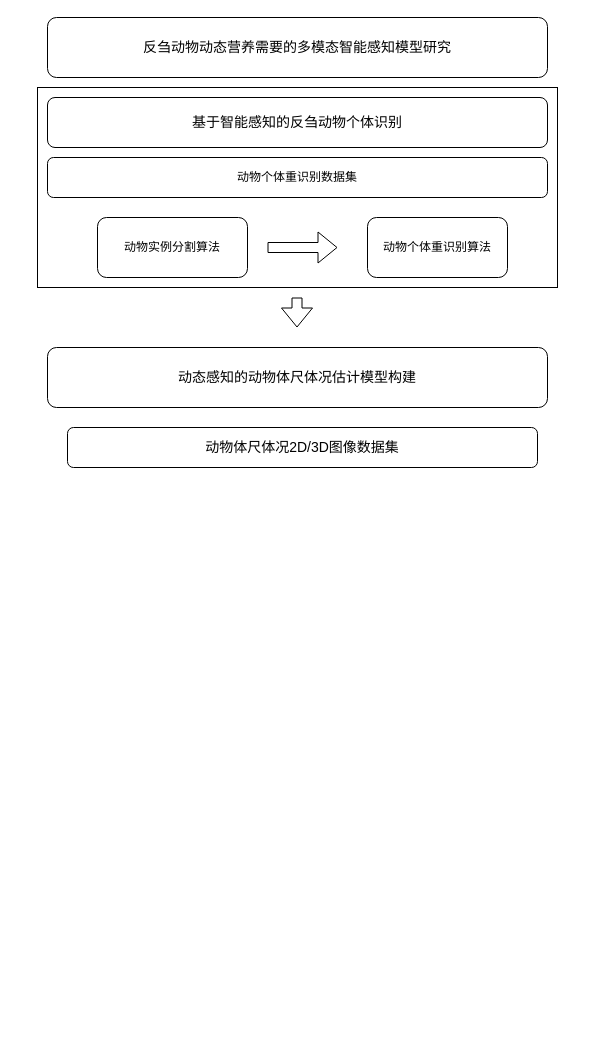
This is 博士研究计划.drawio from yzy1421/Amateur-women-basketball-in-China, a draw.io file, before an edit. Source tidied: cells renumbered, new cells numbered last; positions are measured from the earlier drawing's top-left corner, leaving out a move shared by most shapes. Both pictures are drawn from the tidied source at 100%, with x=0, y=0 at pixel (37, 17).
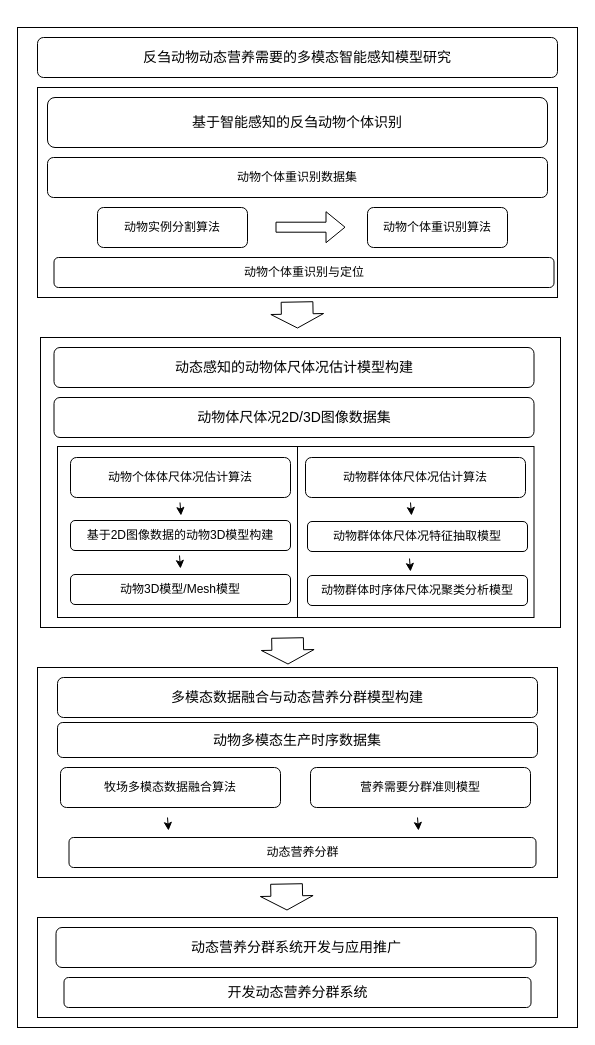
The same diagram, later.

Commit message:
更新博士研究计划.drawio

The edit, as a diff of the source:
```diff
@@
+    <mxCell id="12" style="rounded=0;whiteSpace=wrap;html=1;" parent="1" vertex="1">
+      <mxGeometry x="-20" y="10" width="560" height="1000" as="geometry" />
+    </mxCell>
+    <mxCell id="13" style="rounded=0;whiteSpace=wrap;html=1;" parent="1" vertex="1">
+      <mxGeometry x="3" y="320" width="520" height="290" as="geometry" />
+    </mxCell>
+    <mxCell id="14" style="rounded=0;whiteSpace=wrap;html=1;" parent="1" vertex="1">
+      <mxGeometry x="259.5" y="429" width="237" height="171" as="geometry" />
+    </mxCell>
+    <mxCell id="15" style="rounded=0;whiteSpace=wrap;html=1;" parent="1" vertex="1">
+      <mxGeometry x="20" y="429" width="240" height="171" as="geometry" />
+    </mxCell>
     <mxCell id="2" style="rounded=0;whiteSpace=wrap;html=1;" parent="1" vertex="1">
-      <mxGeometry y="70" width="520" height="200" as="geometry" />
+      <mxGeometry y="70" width="520" height="210" as="geometry" />
     </mxCell>
     <mxCell id="3" value="&lt;p class=&quot;MsoNormal&quot; style=&quot;margin: 0pt; text-align: left; font-family: 宋体; font-size: 11pt;&quot;&gt;&lt;span style=&quot;font-size: 10.5pt;&quot;&gt;反刍动物&lt;/span&gt;&lt;span style=&quot;font-size: 10.5pt;&quot;&gt;动态&lt;/span&gt;&lt;span style=&quot;font-size: 10.5pt;&quot;&gt;营养&lt;/span&gt;&lt;span style=&quot;font-size: 10.5pt;&quot;&gt;需要的&lt;/span&gt;&lt;span style=&quot;font-size: 10.5pt;&quot;&gt;多模态智能感知&lt;/span&gt;&lt;span style=&quot;font-size: 10.5pt;&quot;&gt;模型研究&lt;/span&gt;&lt;/p&gt;" style="rounded=1;whiteSpace=wrap;html=1;" parent="1" vertex="1">
-      <mxGeometry x="10" width="500" height="60" as="geometry" />
+      <mxGeometry y="20" width="520" height="40" as="geometry" />
     </mxCell>
@@
     <mxCell id="5" value="动物实例分割算法" style="rounded=1;whiteSpace=wrap;html=1;" parent="1" vertex="1">
-      <mxGeometry x="60" y="200" width="150" height="60" as="geometry" />
+      <mxGeometry x="60" y="190" width="150" height="40" as="geometry" />
     </mxCell>
     <mxCell id="6" value="动物个体重识别算法" style="rounded=1;whiteSpace=wrap;html=1;" parent="1" vertex="1">
-      <mxGeometry x="330" y="200" width="140" height="60" as="geometry" />
+      <mxGeometry x="330" y="190" width="140" height="40" as="geometry" />
     </mxCell>
@@
     <mxCell id="8" style="shape=flexArrow;endArrow=classic;html=1;rounded=0;" parent="1" edge="1">
       <mxGeometry relative="1" as="geometry">
-        <mxPoint x="230" y="230" as="sourcePoint" />
-        <mxPoint x="300" y="230" as="targetPoint" />
+        <mxPoint x="238" y="209.7" as="sourcePoint" />
+        <mxPoint x="308" y="209.7" as="targetPoint" />
       </mxGeometry>
     </mxCell>
     <mxCell id="9" value="&lt;p class=&quot;MsoNormal&quot; style=&quot;margin: 0pt; text-align: left; font-family: 宋体; font-size: 11pt;&quot;&gt;&lt;span style=&quot;font-size: 10.5pt;&quot;&gt;动态感知的动物体尺体况估计模型构建&lt;/span&gt;&lt;/p&gt;" style="rounded=1;whiteSpace=wrap;html=1;" parent="1" vertex="1">
-      <mxGeometry x="10" y="330" width="500" height="60" as="geometry" />
+      <mxGeometry x="16.5" y="330" width="480" height="40" as="geometry" />
     </mxCell>
-    <mxCell id="10" style="shape=flexArrow;endArrow=classic;html=1;rounded=0;" parent="1" edge="1">
+    <mxCell id="10" style="shape=flexArrow;endArrow=classic;html=1;rounded=0;width=31.724137931034484;endSize=4.331034482758621;" parent="1" edge="1">
       <mxGeometry relative="1" as="geometry">
-        <mxPoint x="259.5" y="280" as="sourcePoint" />
-        <mxPoint x="259.5" y="310" as="targetPoint" />
+        <mxPoint x="259.5" y="284" as="sourcePoint" />
+        <mxPoint x="260" y="311" as="targetPoint" />
       </mxGeometry>
     </mxCell>
     <mxCell id="11" value="&lt;p class=&quot;MsoNormal&quot; style=&quot;margin: 0pt; text-align: left; font-family: 宋体; font-size: 11pt;&quot;&gt;&lt;span style=&quot;font-size: 10.5pt;&quot;&gt;动物体尺体况2D/3D图像数据集&lt;/span&gt;&lt;/p&gt;" style="rounded=1;whiteSpace=wrap;html=1;" parent="1" vertex="1">
-      <mxGeometry x="30" y="410" width="470" height="40" as="geometry" />
+      <mxGeometry x="16.5" y="380" width="480" height="40" as="geometry" />
     </mxCell>
+    <mxCell id="16" value="动物个体体尺体况估计算法" style="rounded=1;whiteSpace=wrap;html=1;" parent="1" vertex="1">
+      <mxGeometry x="33" y="440" width="220" height="40" as="geometry" />
+    </mxCell>
+    <mxCell id="17" value="动物群体体尺体况估计算法" style="rounded=1;whiteSpace=wrap;html=1;" parent="1" vertex="1">
+      <mxGeometry x="268" y="440" width="220" height="40" as="geometry" />
+    </mxCell>
+    <mxCell id="18" value="基于2D图像数据的动物3D模型构建" style="rounded=1;whiteSpace=wrap;html=1;" parent="1" vertex="1">
+      <mxGeometry x="33" y="503" width="220" height="30" as="geometry" />
+    </mxCell>
+    <mxCell id="19" value="动物3D模型/Mesh模型" style="rounded=1;whiteSpace=wrap;html=1;" parent="1" vertex="1">
+      <mxGeometry x="33" y="557" width="220" height="30" as="geometry" />
+    </mxCell>
+    <mxCell id="20" value="动物群体体尺体况特征抽取模型" style="rounded=1;whiteSpace=wrap;html=1;" parent="1" vertex="1">
+      <mxGeometry x="270" y="504" width="220" height="30" as="geometry" />
+    </mxCell>
+    <mxCell id="21" value="动物群体时序体尺体况聚类分析模型" style="rounded=1;whiteSpace=wrap;html=1;" parent="1" vertex="1">
+      <mxGeometry x="270" y="558" width="220" height="30" as="geometry" />
+    </mxCell>
+    <mxCell id="22" value="动物个体重识别与定位" style="rounded=1;whiteSpace=wrap;html=1;" parent="1" vertex="1">
+      <mxGeometry x="16.5" y="240" width="500" height="30" as="geometry" />
+    </mxCell>
+    <mxCell id="23" style="endArrow=classic;html=1;rounded=0;" parent="1" edge="1">
+      <mxGeometry relative="1" as="geometry">
+        <mxPoint x="142.5" y="485" as="sourcePoint" />
+        <mxPoint x="143.5" y="498" as="targetPoint" />
+      </mxGeometry>
+    </mxCell>
+    <mxCell id="24" style="endArrow=classic;html=1;rounded=0;" parent="1" edge="1">
+      <mxGeometry relative="1" as="geometry">
+        <mxPoint x="373" y="485" as="sourcePoint" />
+        <mxPoint x="374" y="498" as="targetPoint" />
+      </mxGeometry>
+    </mxCell>
+    <mxCell id="25" style="endArrow=classic;html=1;rounded=0;" parent="1" edge="1">
+      <mxGeometry relative="1" as="geometry">
+        <mxPoint x="142" y="538" as="sourcePoint" />
+        <mxPoint x="143" y="551" as="targetPoint" />
+      </mxGeometry>
+    </mxCell>
+    <mxCell id="26" style="endArrow=classic;html=1;rounded=0;" parent="1" edge="1">
+      <mxGeometry relative="1" as="geometry">
+        <mxPoint x="372" y="541" as="sourcePoint" />
+        <mxPoint x="373" y="554" as="targetPoint" />
+      </mxGeometry>
+    </mxCell>
+    <mxCell id="27" style="rounded=0;whiteSpace=wrap;html=1;" parent="1" vertex="1">
+      <mxGeometry y="650" width="520" height="210" as="geometry" />
+    </mxCell>
+    <mxCell id="28" value="&lt;p class=&quot;MsoNormal&quot; style=&quot;margin: 0pt; text-align: left; font-family: 宋体; font-size: 11pt;&quot;&gt;&lt;span style=&quot;font-size: 10.5pt;&quot;&gt;多模态数据融合与动态营养分群模型构建&lt;/span&gt;&lt;/p&gt;" style="rounded=1;whiteSpace=wrap;html=1;" parent="1" vertex="1">
+      <mxGeometry x="20" y="660" width="480" height="40" as="geometry" />
+    </mxCell>
+    <mxCell id="29" value="&lt;p class=&quot;MsoNormal&quot; style=&quot;margin: 0pt; text-align: left; font-family: 宋体; font-size: 11pt;&quot;&gt;&lt;span style=&quot;font-size: 10.5pt;&quot;&gt;动物多模态生产时序数据集&lt;/span&gt;&lt;/p&gt;" style="rounded=1;whiteSpace=wrap;html=1;" parent="1" vertex="1">
+      <mxGeometry x="20" y="705" width="480" height="35" as="geometry" />
+    </mxCell>
+    <mxCell id="30" value="牧场多模态数据融合算法" style="rounded=1;whiteSpace=wrap;html=1;" parent="1" vertex="1">
+      <mxGeometry x="23" y="750" width="220" height="40" as="geometry" />
+    </mxCell>
+    <mxCell id="31" value="营养需要分群准则模型" style="rounded=1;whiteSpace=wrap;html=1;" parent="1" vertex="1">
+      <mxGeometry x="273" y="750" width="220" height="40" as="geometry" />
+    </mxCell>
+    <mxCell id="32" value="动态营养分群" style="rounded=1;whiteSpace=wrap;html=1;" parent="1" vertex="1">
+      <mxGeometry x="31.5" y="820" width="467" height="30" as="geometry" />
+    </mxCell>
+    <mxCell id="33" style="rounded=0;whiteSpace=wrap;html=1;" parent="1" vertex="1">
+      <mxGeometry y="900" width="520" height="100" as="geometry" />
+    </mxCell>
+    <mxCell id="34" value="&lt;p class=&quot;MsoNormal&quot; style=&quot;margin: 0pt; text-align: left; font-family: 宋体; font-size: 11pt;&quot;&gt;&lt;span style=&quot;font-size: 10.5pt;&quot;&gt;动态营养分群系统开发与应用推广&lt;/span&gt;&lt;/p&gt;" style="rounded=1;whiteSpace=wrap;html=1;" parent="1" vertex="1">
+      <mxGeometry x="18.5" y="910" width="480" height="40" as="geometry" />
+    </mxCell>
+    <mxCell id="35" value="&lt;p class=&quot;MsoNormal&quot; style=&quot;margin: 0pt; text-align: left; font-family: 宋体; font-size: 11pt;&quot;&gt;&lt;span style=&quot;font-size: 10.5pt;&quot;&gt;开发动态营养分群系统&lt;/span&gt;&lt;/p&gt;" style="rounded=1;whiteSpace=wrap;html=1;" parent="1" vertex="1">
+      <mxGeometry x="26.5" y="960" width="467" height="30" as="geometry" />
+    </mxCell>
+    <mxCell id="36" style="shape=flexArrow;endArrow=classic;html=1;rounded=0;width=31.724137931034484;endSize=4.331034482758621;" parent="1" edge="1">
+      <mxGeometry relative="1" as="geometry">
+        <mxPoint x="250" y="620" as="sourcePoint" />
+        <mxPoint x="250.5" y="647" as="targetPoint" />
+      </mxGeometry>
+    </mxCell>
+    <mxCell id="37" style="endArrow=classic;html=1;rounded=0;" parent="1" edge="1">
+      <mxGeometry relative="1" as="geometry">
+        <mxPoint x="130" y="800" as="sourcePoint" />
+        <mxPoint x="131" y="813" as="targetPoint" />
+      </mxGeometry>
+    </mxCell>
+    <mxCell id="38" style="endArrow=classic;html=1;rounded=0;" parent="1" edge="1">
+      <mxGeometry relative="1" as="geometry">
+        <mxPoint x="380" y="800" as="sourcePoint" />
+        <mxPoint x="381" y="813" as="targetPoint" />
+      </mxGeometry>
+    </mxCell>
+    <mxCell id="39" style="shape=flexArrow;endArrow=classic;html=1;rounded=0;width=31.724137931034484;endSize=4.331034482758621;" parent="1" edge="1">
+      <mxGeometry relative="1" as="geometry">
+        <mxPoint x="249" y="866" as="sourcePoint" />
+        <mxPoint x="249.5" y="893" as="targetPoint" />
+      </mxGeometry>
+    </mxCell>
```
